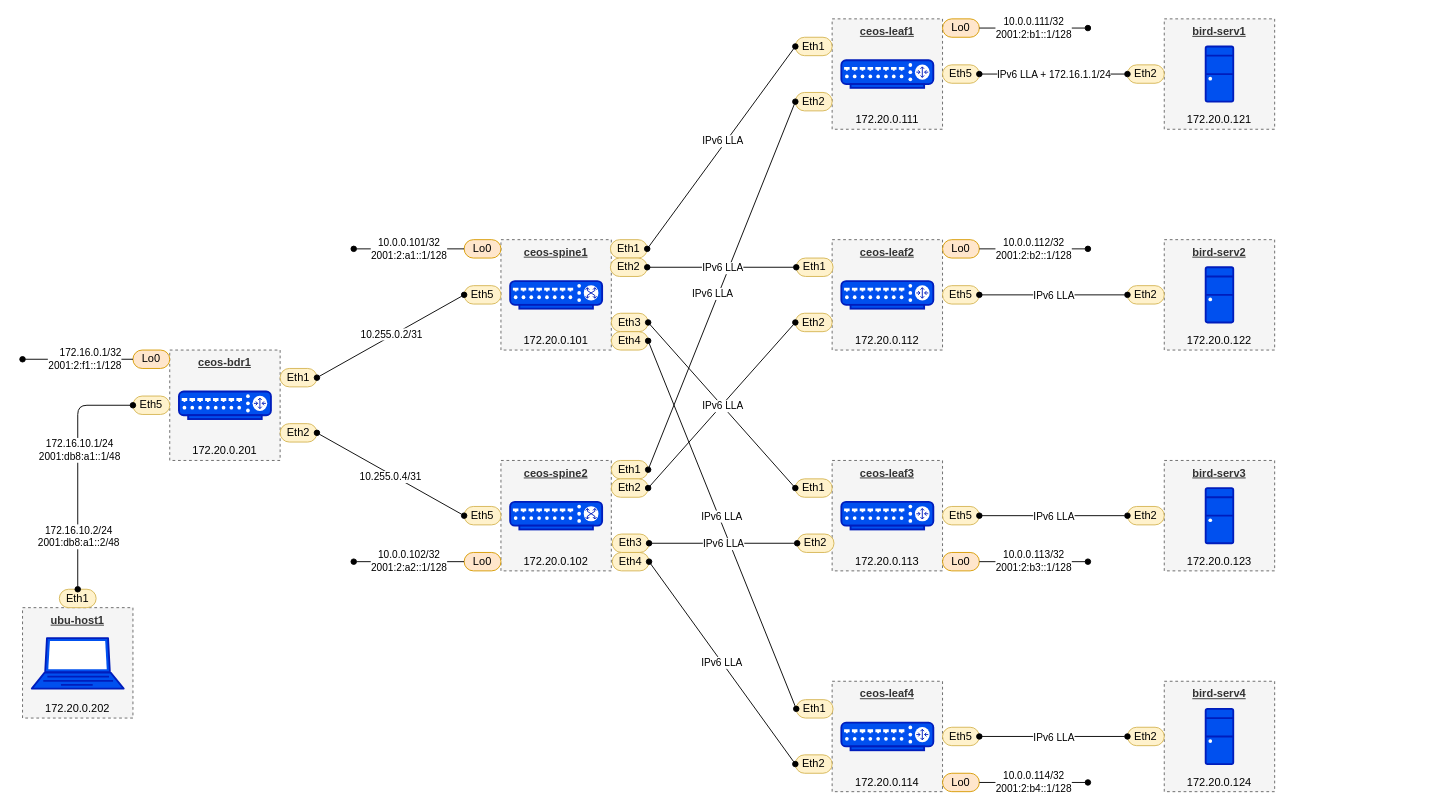
commitconfirmed/draw-io keeps this draw.io diagram as ceos-anycast.drawio. Above is the earlier version. Source tidied: cells renumbered, new cells numbered last; positions are measured from the earlier drawing's top-left corner, leaving out a move shared by most shapes. Both pictures are drawn from the tidied source at 92%, with x=0, y=0 at pixel (22, 18).
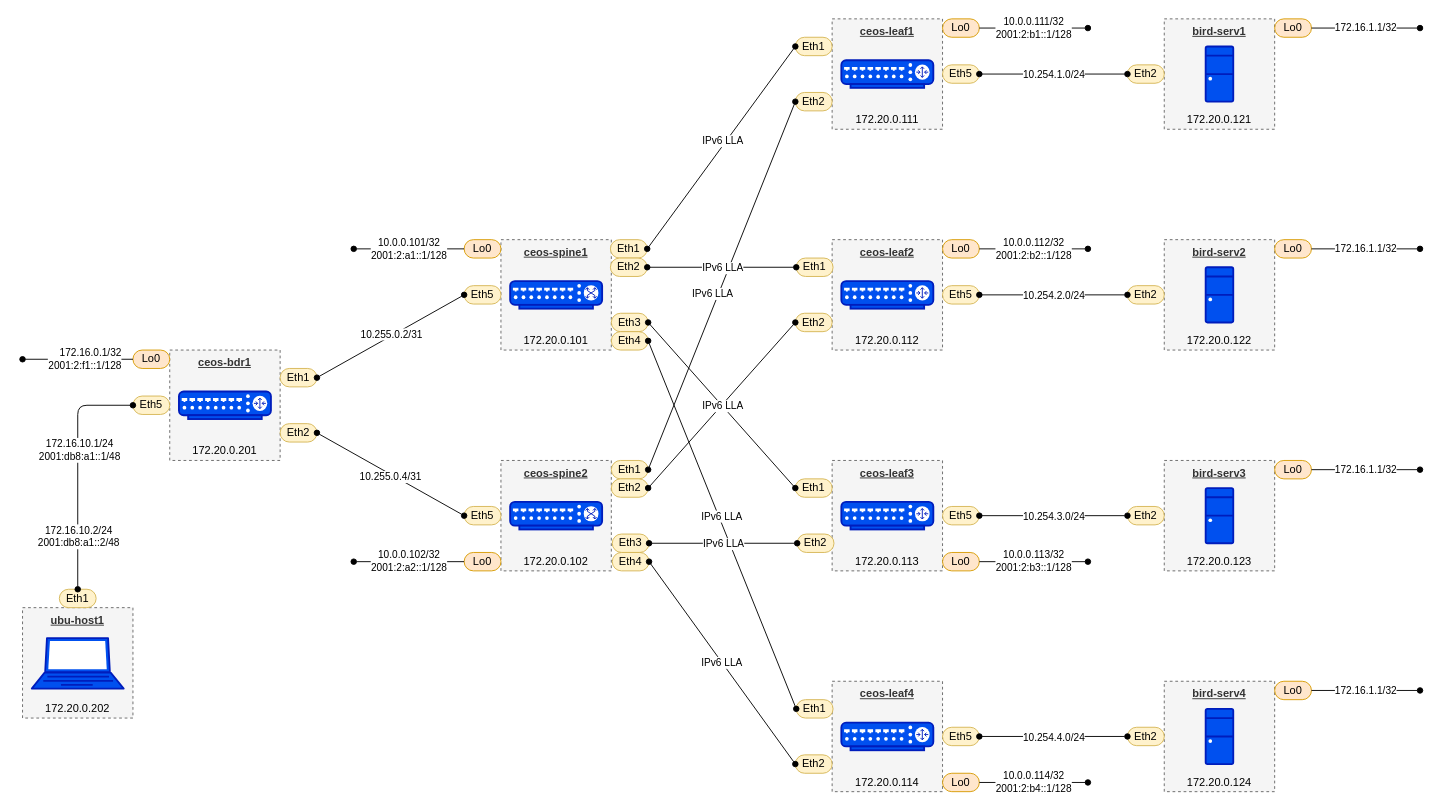
After the change.

Unchanged cells that the change refers to:
```xml
<mxCell id="39" style="rounded=0;jettySize=auto;html=1;exitX=0;exitY=0.5;exitDx=0;exitDy=0;entryX=1;entryY=0.5;entryDx=0;entryDy=0;endArrow=oval;endFill=1;startArrow=oval;startFill=1;" parent="1" edge="1" source="11" target="38">
  <mxGeometry relative="1" as="geometry" />
</mxCell>
<mxCell id="46" style="rounded=0;jettySize=auto;html=1;exitX=0;exitY=0.5;exitDx=0;exitDy=0;entryX=1;entryY=0.5;entryDx=0;entryDy=0;endArrow=oval;endFill=1;startArrow=oval;startFill=1;" parent="1" edge="1" source="44" target="45">
  <mxGeometry relative="1" as="geometry" />
</mxCell>
<mxCell id="53" style="rounded=0;jettySize=auto;html=1;exitX=0;exitY=0.5;exitDx=0;exitDy=0;entryX=1;entryY=0.5;entryDx=0;entryDy=0;endArrow=oval;endFill=1;startArrow=oval;startFill=1;" parent="1" edge="1" source="51" target="52">
  <mxGeometry relative="1" as="geometry" />
</mxCell>
<mxCell id="60" style="rounded=0;jettySize=auto;html=1;exitX=0;exitY=0.5;exitDx=0;exitDy=0;entryX=1;entryY=0.5;entryDx=0;entryDy=0;endArrow=oval;endFill=1;startArrow=oval;startFill=1;" parent="1" edge="1" source="58" target="59">
  <mxGeometry relative="1" as="geometry" />
</mxCell>
```

Change to the diagram source:
```diff
@@
-    <mxCell id="40" value="IPv6 LLA + 172.16.1.1/24" style="edgeLabel;html=1;align=center;verticalAlign=middle;" parent="39" vertex="1">
+    <mxCell id="40" value="10.254.1.0/24" style="edgeLabel;html=1;align=center;verticalAlign=middle;" parent="39" vertex="1">
       <mxGeometry x="-0.06" y="1" relative="1" as="geometry">
         <mxPoint x="-5" y="-1" as="offset" />
       </mxGeometry>
     </mxCell>
@@
-    <mxCell id="47" value="IPv6 LLA" style="edgeLabel;html=1;align=center;verticalAlign=middle;" parent="46" vertex="1">
+    <mxCell id="47" value="10.254.2.0/24" style="edgeLabel;html=1;align=center;verticalAlign=middle;" parent="46" vertex="1">
       <mxGeometry x="-0.06" y="1" relative="1" as="geometry">
         <mxPoint x="-5" y="-1" as="offset" />
       </mxGeometry>
     </mxCell>
@@
-    <mxCell id="54" value="IPv6 LLA" style="edgeLabel;html=1;align=center;verticalAlign=middle;" parent="53" vertex="1">
+    <mxCell id="54" value="10.254.3.0/24" style="edgeLabel;html=1;align=center;verticalAlign=middle;" parent="53" vertex="1">
       <mxGeometry x="-0.06" y="1" relative="1" as="geometry">
         <mxPoint x="-5" y="-1" as="offset" />
       </mxGeometry>
     </mxCell>
@@
-    <mxCell id="61" value="IPv6 LLA" style="edgeLabel;html=1;align=center;verticalAlign=middle;" parent="60" vertex="1">
+    <mxCell id="61" value="10.254.4.0/24" style="edgeLabel;html=1;align=center;verticalAlign=middle;" parent="60" vertex="1">
       <mxGeometry x="-0.06" y="1" relative="1" as="geometry">
         <mxPoint x="-5" y="-1" as="offset" />
       </mxGeometry>
     </mxCell>
@@
+    <mxCell id="112" value="Lo0" style="rounded=1;whiteSpace=wrap;html=1;fillColor=#ffe6cc;strokeColor=#d79b00;arcSize=50;" parent="1" vertex="1">
+      <mxGeometry x="1361" width="40" height="20" as="geometry" />
+    </mxCell>
+    <mxCell id="113" value="&lt;div&gt;172.16.1.1/32&lt;/div&gt;" style="rounded=0;jettySize=auto;html=1;endArrow=none;endFill=0;startArrow=oval;startFill=1;entryX=1;entryY=0.5;entryDx=0;entryDy=0;" parent="1" edge="1" target="112">
+      <mxGeometry relative="1" as="geometry">
+        <mxPoint x="1519" y="10" as="sourcePoint" />
+      </mxGeometry>
+    </mxCell>
+    <mxCell id="114" value="Lo0" style="rounded=1;whiteSpace=wrap;html=1;fillColor=#ffe6cc;strokeColor=#d79b00;arcSize=50;" parent="1" vertex="1">
+      <mxGeometry x="1361" y="240" width="40" height="20" as="geometry" />
+    </mxCell>
+    <mxCell id="115" value="&lt;div&gt;172.16.1.1/32&lt;/div&gt;" style="rounded=0;jettySize=auto;html=1;endArrow=none;endFill=0;startArrow=oval;startFill=1;entryX=1;entryY=0.5;entryDx=0;entryDy=0;" parent="1" edge="1" target="114">
+      <mxGeometry relative="1" as="geometry">
+        <mxPoint x="1519" y="250" as="sourcePoint" />
+      </mxGeometry>
+    </mxCell>
+    <mxCell id="116" value="Lo0" style="rounded=1;whiteSpace=wrap;html=1;fillColor=#ffe6cc;strokeColor=#d79b00;arcSize=50;" parent="1" vertex="1">
+      <mxGeometry x="1361" y="480" width="40" height="20" as="geometry" />
+    </mxCell>
+    <mxCell id="117" value="&lt;div&gt;172.16.1.1/32&lt;/div&gt;" style="rounded=0;jettySize=auto;html=1;endArrow=none;endFill=0;startArrow=oval;startFill=1;entryX=1;entryY=0.5;entryDx=0;entryDy=0;" parent="1" edge="1" target="116">
+      <mxGeometry relative="1" as="geometry">
+        <mxPoint x="1519" y="490" as="sourcePoint" />
+      </mxGeometry>
+    </mxCell>
+    <mxCell id="118" value="Lo0" style="rounded=1;whiteSpace=wrap;html=1;fillColor=#ffe6cc;strokeColor=#d79b00;arcSize=50;" parent="1" vertex="1">
+      <mxGeometry x="1361" y="720" width="40" height="20" as="geometry" />
+    </mxCell>
+    <mxCell id="119" value="&lt;div&gt;172.16.1.1/32&lt;/div&gt;" style="rounded=0;jettySize=auto;html=1;endArrow=none;endFill=0;startArrow=oval;startFill=1;entryX=1;entryY=0.5;entryDx=0;entryDy=0;" parent="1" edge="1" target="118">
+      <mxGeometry relative="1" as="geometry">
+        <mxPoint x="1519" y="730" as="sourcePoint" />
+      </mxGeometry>
+    </mxCell>
```
